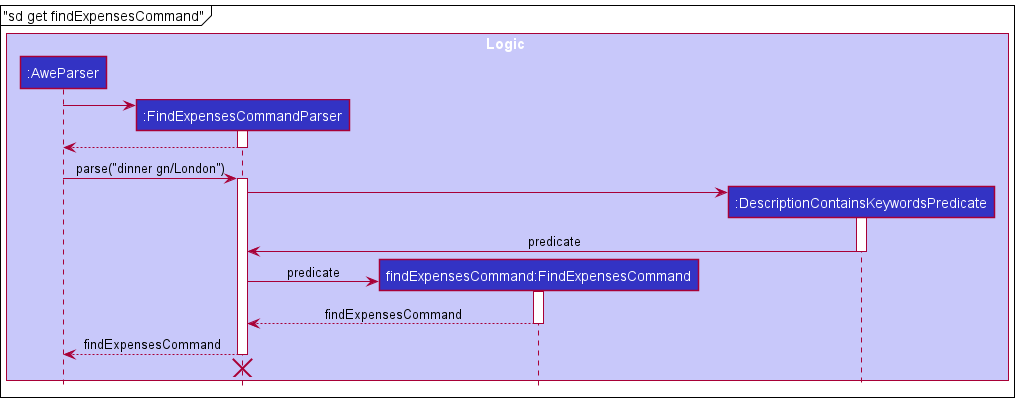
Earlier version of the PlantUML export docs/images/FindExpensesRefSequenceDiagram.png (ramapriyan912001/tp).
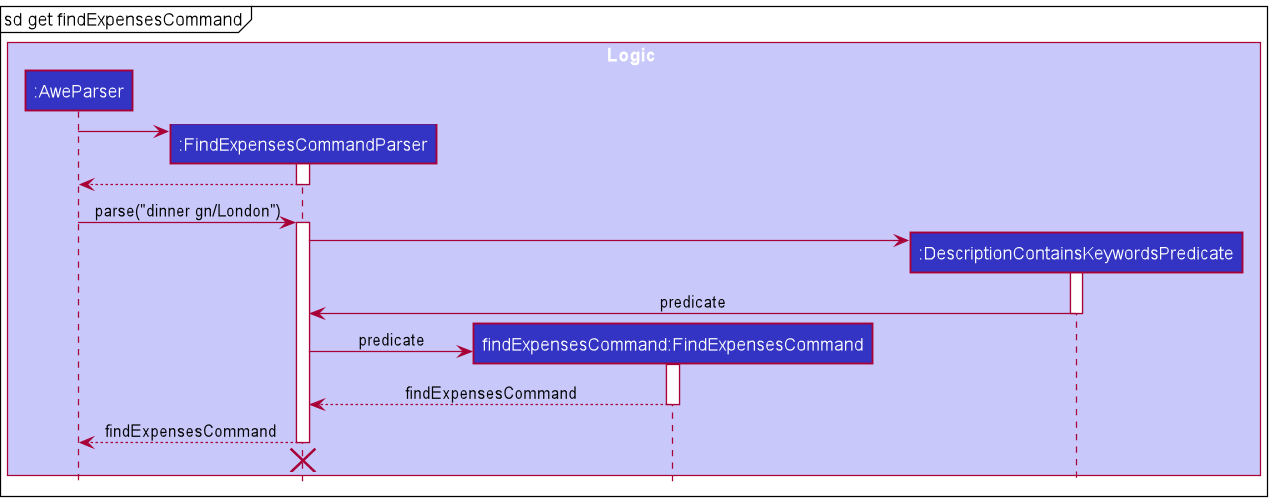
Above is the later version.

The edit, as a diff of the source:
```diff
@@ -9,7 +9,7 @@
 participant ":DescriptionContainsKeywordsPredicate" as DescriptionContainsKeywordsPredicate LOGIC_COLOR
 end box
 
-mainframe "sd get findExpensesCommand"
+mainframe sd get findExpensesCommand
 
 create FindExpensesCommandParser
 AweParser -> FindExpensesCommandParser
```
